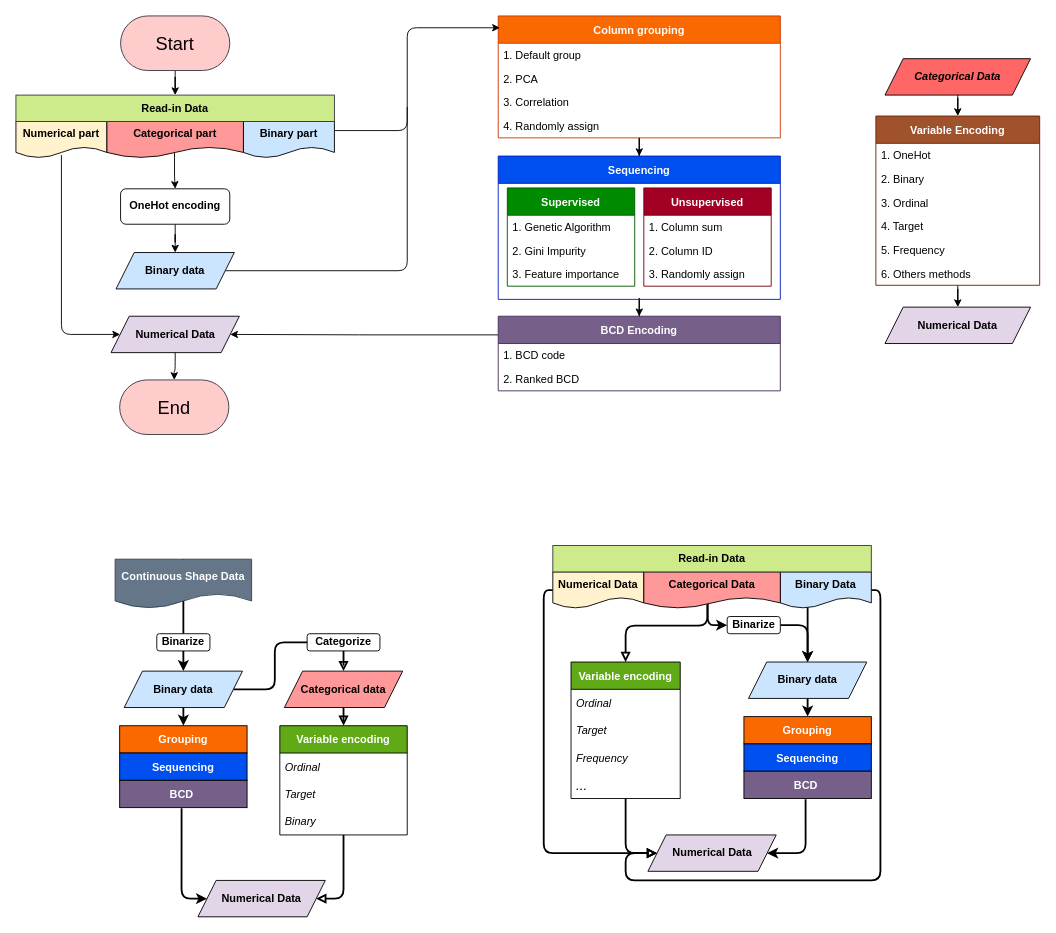
This is draw io/binary data encoding.drawio from R64825/NTUIIE-Research, a draw.io file, before an edit. Source tidied: cells renumbered, new cells numbered last; positions are measured from the earlier drawing's top-left corner, leaving out a move shared by most shapes. Both pictures are drawn from the tidied source at 91%, with x=0, y=0 at pixel (15, 15).
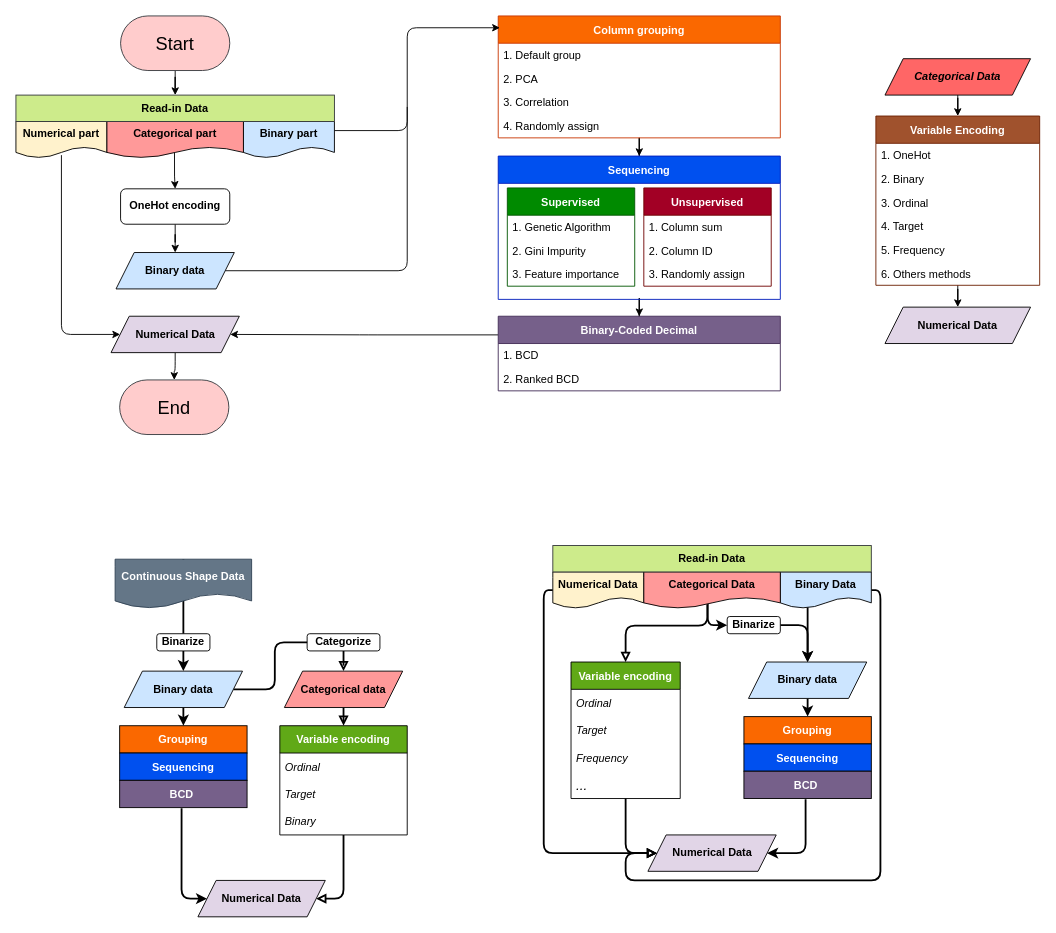
After the change.

What changed in the source:
```diff
@@
-    <mxCell id="26" value="BCD Encoding" style="swimlane;fontStyle=1;horizontal=1;startSize=30;fillColor=#76608a;strokeColor=#432D57;fontColor=#ffffff;" parent="1" vertex="1">
+    <mxCell id="26" value="Binary-Coded Decimal" style="swimlane;fontStyle=1;horizontal=1;startSize=30;fillColor=#76608a;strokeColor=#432D57;fontColor=#ffffff;" parent="1" vertex="1">
       <mxGeometry x="530" y="330" width="310" height="82" as="geometry" />
     </mxCell>
-    <mxCell id="27" value="1. BCD code" style="text;strokeColor=none;fillColor=none;align=left;verticalAlign=top;spacingLeft=4;spacingRight=4;overflow=hidden;" parent="26" vertex="1">
+    <mxCell id="27" value="1. BCD " style="text;strokeColor=none;fillColor=none;align=left;verticalAlign=top;spacingLeft=4;spacingRight=4;overflow=hidden;" parent="26" vertex="1">
       <mxGeometry y="30" width="310" height="26" as="geometry" />
     </mxCell>
```
